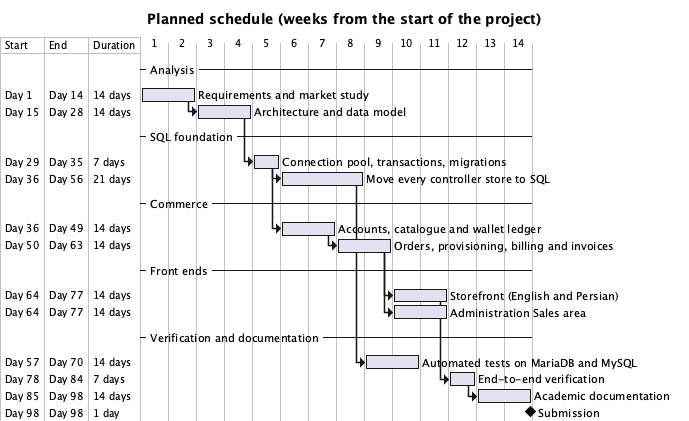
The PlantUML diagram docs/cloud/diagrams/out/proposal-schedule.png in nimasrn/SwarmOps, before a commit.
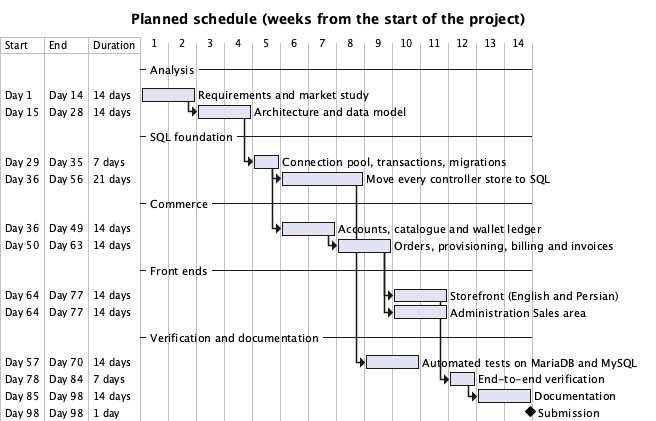
After the commit.

The edit, as a diff of the source:
```diff
@@ -31,7 +31,7 @@
 [E1] starts at [B2]'s end
 [End-to-end verification] as [E2] requires 1 week
 [E2] starts at [D1]'s end
-[Academic documentation] as [E3] requires 2 weeks
+[Documentation] as [E3] requires 2 weeks
 [E3] starts at [E2]'s end
 
 [Submission] happens at [E3]'s end
```
